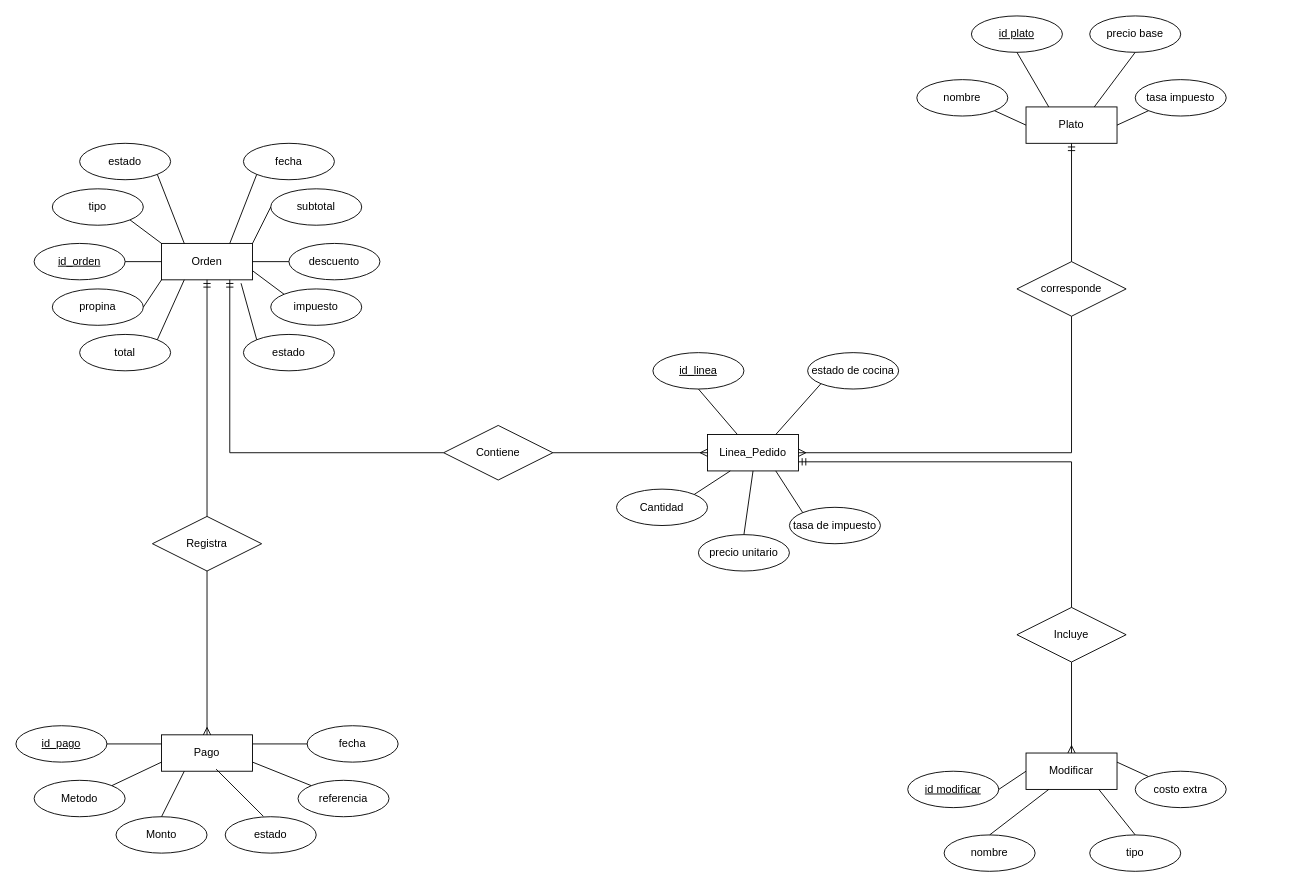
Earlier version of the draw.io diagram diagrama_er_as.drawio (JahirFz/Mapas). Source tidied: cells renumbered, new cells numbered last; positions are measured from the earlier drawing's top-left corner, leaving out a move shared by most shapes. Both pictures are drawn from the tidied source at 91%, with x=0, y=0 at pixel (15, 15).
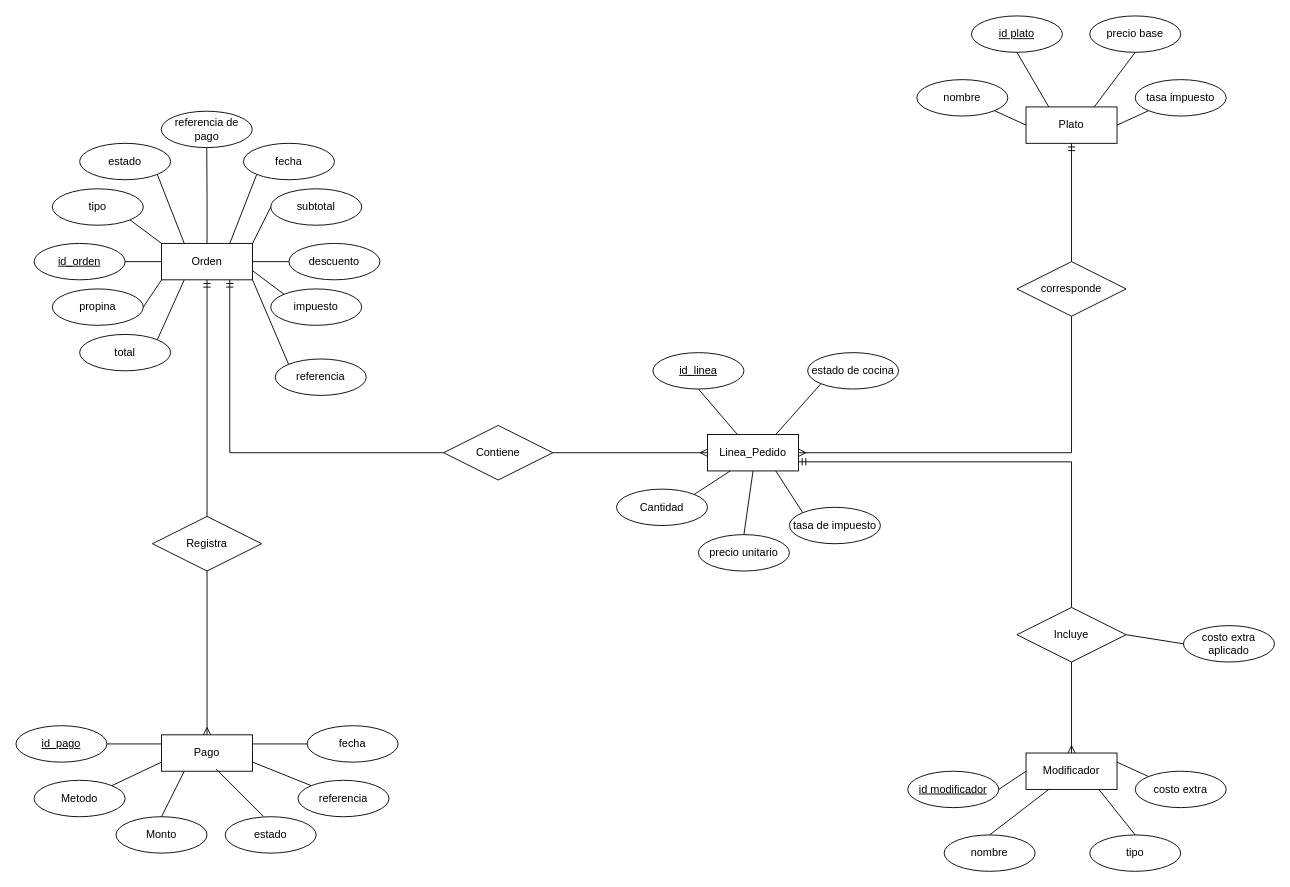
The same page after the edit.

The change refers to these unchanged cells:
```xml
<mxCell id="2" value="Orden" style="whiteSpace=wrap;html=1;align=center;" parent="1" vertex="1">
  <mxGeometry x="160" y="250" width="100" height="40" as="geometry" />
</mxCell>
<mxCell id="41" value="Linea_Pedido" style="whiteSpace=wrap;html=1;align=center;" parent="1" vertex="1">
  <mxGeometry x="760" y="460" width="100" height="40" as="geometry" />
</mxCell>
<mxCell id="66" value="Incluye" style="shape=rhombus;perimeter=rhombusPerimeter;whiteSpace=wrap;html=1;align=center;" parent="1" vertex="1">
  <mxGeometry x="1100" y="650" width="120" height="60" as="geometry" />
</mxCell>
```

What changed in the source:
```diff
@@
+    <mxCell id="77" style="edgeStyle=orthogonalEdgeStyle;rounded=0;jettySize=auto;html=1;exitX=0.5;exitY=0;exitDx=0;exitDy=0;endArrow=none;endFill=0;" parent="1" edge="1" source="2" target="78">
+      <mxGeometry relative="1" as="geometry" />
+    </mxCell>
@@
-    <mxCell id="12" value="estado" style="ellipse;whiteSpace=wrap;html=1;align=center;" parent="1" vertex="1">
-      <mxGeometry x="250" y="350" width="100" height="40" as="geometry" />
-    </mxCell>
@@
-    <mxCell id="18" style="endArrow=none;html=1;rounded=0;entryX=0;entryY=0;entryDx=0;entryDy=0;exitX=0.874;exitY=1.094;exitDx=0;exitDy=0;exitPerimeter=0;" parent="1" edge="1" source="2" target="12">
-      <mxGeometry relative="1" as="geometry" />
-    </mxCell>
@@
-    <mxCell id="67" style="endArrow=none;html=1;rounded=0;exitX=1;exitY=0.75;exitDx=0;exitDy=0;entryX=0.5;entryY=0;entryDx=0;entryDy=0;startArrow=ERmandOne;startFill=0;" parent="1" edge="1" source="41" target="66">
+    <mxCell id="67" style="endArrow=none;html=1;rounded=0;exitX=1;exitY=0.75;exitDx=0;exitDy=0;entryX=0.5;entryY=0;entryDx=0;entryDy=0;startArrow=ERmandOne;startFill=0;endFill=0;" parent="1" edge="1" source="41" target="66">
       <mxGeometry relative="1" as="geometry">
         <Array as="points">
           <mxPoint x="1160" y="490" />
         </Array>
       </mxGeometry>
     </mxCell>
-    <mxCell id="68" value="Modificar" style="whiteSpace=wrap;html=1;align=center;" parent="1" vertex="1">
+    <mxCell id="68" value="Modificador" style="whiteSpace=wrap;html=1;align=center;" parent="1" vertex="1">
       <mxGeometry x="1110" y="810" width="100" height="40" as="geometry" />
     </mxCell>
-    <mxCell id="69" value="id modificar" style="ellipse;whiteSpace=wrap;html=1;align=center;fontStyle=4;" parent="1" vertex="1">
+    <mxCell id="69" value="id modificador" style="ellipse;whiteSpace=wrap;html=1;align=center;fontStyle=4;" parent="1" vertex="1">
       <mxGeometry x="980" y="830" width="100" height="40" as="geometry" />
     </mxCell>
@@
+    <mxCell id="78" value="referencia de pago" style="ellipse;whiteSpace=wrap;html=1;align=center;" parent="1" vertex="1">
+      <mxGeometry x="159.7" y="104.7" width="100" height="40" as="geometry" />
+    </mxCell>
+    <mxCell id="79" value="referencia" style="ellipse;whiteSpace=wrap;html=1;align=center;" parent="1" vertex="1">
+      <mxGeometry x="285" y="377" width="100" height="40" as="geometry" />
+    </mxCell>
+    <mxCell id="80" style="endArrow=none;html=1;rounded=0;exitX=1;exitY=1;exitDx=0;exitDy=0;entryX=0;entryY=0;entryDx=0;entryDy=0;" parent="1" edge="1" source="2" target="79">
+      <mxGeometry relative="1" as="geometry" />
+    </mxCell>
+    <mxCell id="81" value="costo extra aplicado" style="ellipse;whiteSpace=wrap;html=1;align=center;" parent="1" vertex="1">
+      <mxGeometry x="1283" y="670" width="100" height="40" as="geometry" />
+    </mxCell>
+    <mxCell id="82" style="endArrow=none;html=1;rounded=0;exitX=1;exitY=0.5;exitDx=0;exitDy=0;entryX=0;entryY=0.5;entryDx=0;entryDy=0;" parent="1" edge="1" source="66" target="81">
+      <mxGeometry relative="1" as="geometry" />
+    </mxCell>
```
